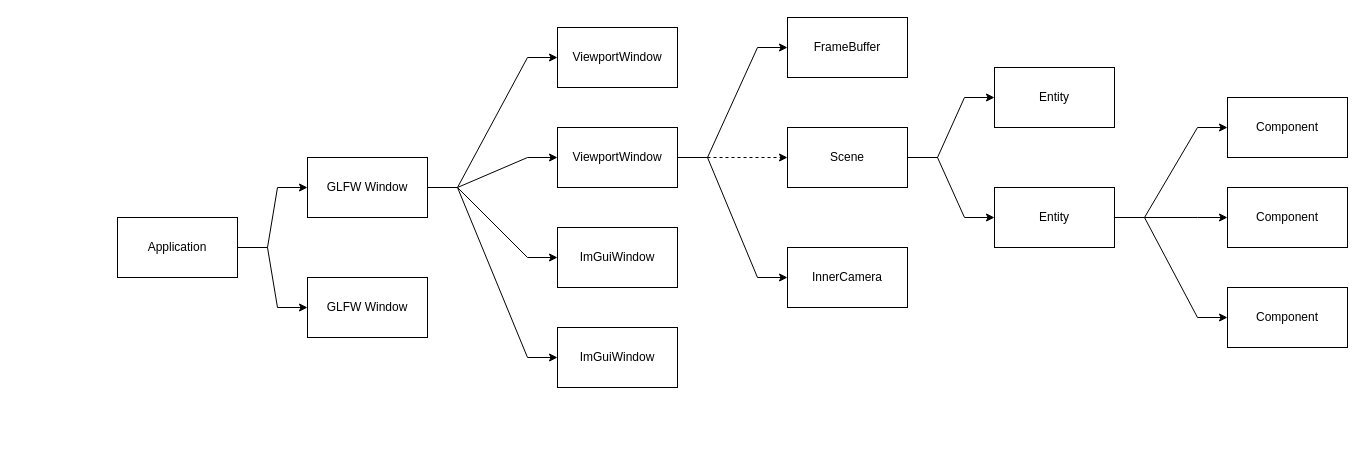
Before: page "hierarchy" (1 of 3) of structure.drawio in olleh-dlrow/Vortex, a draw.io diagram. Source tidied: cells renumbered, new cells numbered last; positions are measured from the earlier drawing's top-left corner, leaving out a move shared by most shapes. Both pictures are drawn from the tidied source at 100%, with x=0, y=0 at pixel (117, 17).
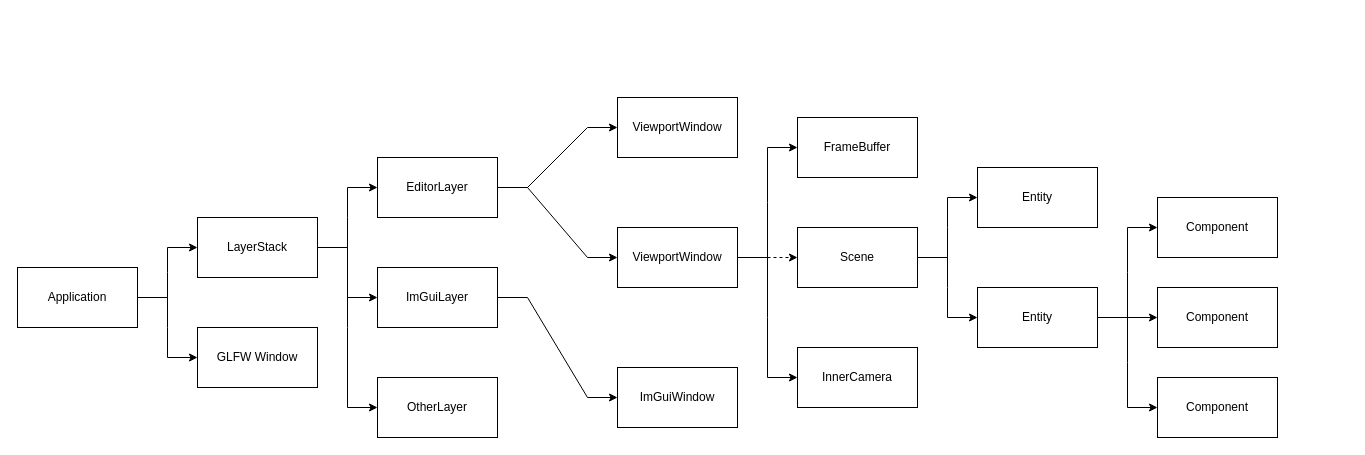
The same diagram, later.

What changed in the source:
```diff
@@
-    <mxCell id="3" style="edgeStyle=entityRelationEdgeStyle;rounded=0;jettySize=auto;html=1;exitX=1;exitY=0.5;exitDx=0;exitDy=0;entryX=0;entryY=0.5;entryDx=0;entryDy=0;" parent="1" edge="1" source="4" target="10">
+    <mxCell id="3" style="edgeStyle=entityRelationEdgeStyle;rounded=0;jettySize=auto;html=1;exitX=1;exitY=0.5;exitDx=0;exitDy=0;entryX=0;entryY=0.5;entryDx=0;entryDy=0;" parent="1" edge="1" source="4" target="33">
       <mxGeometry relative="1" as="geometry" />
     </mxCell>
+    <mxCell id="31" style="edgeStyle=entityRelationEdgeStyle;rounded=0;jettySize=auto;html=1;exitX=1;exitY=0.5;exitDx=0;exitDy=0;entryX=0;entryY=0.5;entryDx=0;entryDy=0;" parent="1" edge="1" source="4" target="34">
+      <mxGeometry relative="1" as="geometry" />
+    </mxCell>
-    <mxCell id="4" value="Application" style="rounded=0;whiteSpace=wrap;html=1;" parent="1" vertex="1">
-      <mxGeometry y="200" width="120" height="60" as="geometry" />
+    <mxCell id="4" value="LayerStack" style="rounded=0;whiteSpace=wrap;html=1;" parent="1" vertex="1">
+      <mxGeometry x="80" y="200" width="120" height="60" as="geometry" />
     </mxCell>
@@
-    <mxCell id="7" style="edgeStyle=entityRelationEdgeStyle;rounded=0;jettySize=auto;html=1;exitX=1;exitY=0.5;exitDx=0;exitDy=0;entryX=0;entryY=0.5;entryDx=0;entryDy=0;" parent="1" edge="1" source="9" target="16">
-      <mxGeometry relative="1" as="geometry" />
-    </mxCell>
-    <mxCell id="8" style="edgeStyle=entityRelationEdgeStyle;rounded=0;jettySize=auto;html=1;exitX=1;exitY=0.5;exitDx=0;exitDy=0;entryX=0;entryY=0.5;entryDx=0;entryDy=0;" parent="1" edge="1" source="9" target="17">
-      <mxGeometry relative="1" as="geometry" />
-    </mxCell>
-    <mxCell id="9" value="GLFW Window" style="rounded=0;whiteSpace=wrap;html=1;" parent="1" vertex="1">
-      <mxGeometry x="190" y="140" width="120" height="60" as="geometry" />
+    <mxCell id="9" value="EditorLayer" style="rounded=0;whiteSpace=wrap;html=1;" parent="1" vertex="1">
+      <mxGeometry x="260" y="140" width="120" height="60" as="geometry" />
     </mxCell>
     <mxCell id="10" value="&lt;span&gt;GLFW Window&lt;/span&gt;" style="rounded=0;whiteSpace=wrap;html=1;" parent="1" vertex="1">
-      <mxGeometry x="190" y="260" width="120" height="60" as="geometry" />
+      <mxGeometry x="80" y="310" width="120" height="60" as="geometry" />
     </mxCell>
     <mxCell id="11" value="ViewportWindow" style="rounded=0;whiteSpace=wrap;html=1;" parent="1" vertex="1">
-      <mxGeometry x="440" y="10" width="120" height="60" as="geometry" />
+      <mxGeometry x="500" y="80" width="120" height="60" as="geometry" />
     </mxCell>
@@
     <mxCell id="15" value="ViewportWindow" style="rounded=0;whiteSpace=wrap;html=1;" parent="1" vertex="1">
-      <mxGeometry x="440" y="110" width="120" height="60" as="geometry" />
+      <mxGeometry x="500" y="210" width="120" height="60" as="geometry" />
     </mxCell>
     <mxCell id="16" value="ImGuiWindow" style="rounded=0;whiteSpace=wrap;html=1;" parent="1" vertex="1">
-      <mxGeometry x="440" y="210" width="120" height="60" as="geometry" />
+      <mxGeometry x="500" y="350" width="120" height="60" as="geometry" />
     </mxCell>
-    <mxCell id="17" value="ImGuiWindow" style="rounded=0;whiteSpace=wrap;html=1;" parent="1" vertex="1">
-      <mxGeometry x="440" y="310" width="120" height="60" as="geometry" />
-    </mxCell>
     <mxCell id="18" value="Entity" style="rounded=0;whiteSpace=wrap;html=1;" parent="1" vertex="1">
-      <mxGeometry x="877" y="50" width="120" height="60" as="geometry" />
+      <mxGeometry x="860" y="150" width="120" height="60" as="geometry" />
     </mxCell>
@@
     <mxCell id="21" value="Scene" style="rounded=0;whiteSpace=wrap;html=1;" parent="1" vertex="1">
-      <mxGeometry x="670" y="110" width="120" height="60" as="geometry" />
+      <mxGeometry x="680" y="210" width="120" height="60" as="geometry" />
     </mxCell>
@@
     <mxCell id="25" value="Entity" style="rounded=0;whiteSpace=wrap;html=1;" parent="1" vertex="1">
-      <mxGeometry x="877" y="170" width="120" height="60" as="geometry" />
+      <mxGeometry x="860" y="270" width="120" height="60" as="geometry" />
     </mxCell>
     <mxCell id="26" value="Component" style="rounded=0;whiteSpace=wrap;html=1;" parent="1" vertex="1">
-      <mxGeometry x="1110" y="80" width="120" height="60" as="geometry" />
+      <mxGeometry x="1040" y="180" width="120" height="60" as="geometry" />
     </mxCell>
     <mxCell id="27" value="Component" style="rounded=0;whiteSpace=wrap;html=1;" parent="1" vertex="1">
-      <mxGeometry x="1110" y="170" width="120" height="60" as="geometry" />
+      <mxGeometry x="1040" y="270" width="120" height="60" as="geometry" />
     </mxCell>
     <mxCell id="28" value="Component" style="rounded=0;whiteSpace=wrap;html=1;" parent="1" vertex="1">
-      <mxGeometry x="1110" y="270" width="120" height="60" as="geometry" />
+      <mxGeometry x="1040" y="360" width="120" height="60" as="geometry" />
     </mxCell>
     <mxCell id="29" value="FrameBuffer" style="rounded=0;whiteSpace=wrap;html=1;" parent="1" vertex="1">
-      <mxGeometry x="670" width="120" height="60" as="geometry" />
+      <mxGeometry x="680" y="100" width="120" height="60" as="geometry" />
     </mxCell>
     <mxCell id="30" value="InnerCamera" style="rounded=0;whiteSpace=wrap;html=1;" parent="1" vertex="1">
-      <mxGeometry x="670" y="230" width="120" height="60" as="geometry" />
+      <mxGeometry x="680" y="330" width="120" height="60" as="geometry" />
     </mxCell>
+    <mxCell id="32" style="edgeStyle=entityRelationEdgeStyle;rounded=0;jettySize=auto;html=1;exitX=1;exitY=0.5;exitDx=0;exitDy=0;entryX=0;entryY=0.5;entryDx=0;entryDy=0;" parent="1" edge="1" source="33" target="16">
+      <mxGeometry relative="1" as="geometry" />
+    </mxCell>
+    <mxCell id="33" value="&lt;span&gt;ImGuiLayer&lt;/span&gt;" style="rounded=0;whiteSpace=wrap;html=1;" parent="1" vertex="1">
+      <mxGeometry x="260" y="250" width="120" height="60" as="geometry" />
+    </mxCell>
+    <mxCell id="34" value="&lt;span&gt;OtherLayer&lt;/span&gt;" style="rounded=0;whiteSpace=wrap;html=1;" parent="1" vertex="1">
+      <mxGeometry x="260" y="360" width="120" height="60" as="geometry" />
+    </mxCell>
+    <mxCell id="35" style="rounded=0;jettySize=auto;html=1;exitX=1;exitY=0.5;exitDx=0;exitDy=0;edgeStyle=entityRelationEdgeStyle;" parent="1" edge="1" source="37" target="4">
+      <mxGeometry relative="1" as="geometry" />
+    </mxCell>
+    <mxCell id="36" style="edgeStyle=entityRelationEdgeStyle;rounded=0;jettySize=auto;html=1;exitX=1;exitY=0.5;exitDx=0;exitDy=0;entryX=0;entryY=0.5;entryDx=0;entryDy=0;" parent="1" edge="1" source="37" target="10">
+      <mxGeometry relative="1" as="geometry" />
+    </mxCell>
+    <mxCell id="37" value="Application" style="rounded=0;whiteSpace=wrap;html=1;" parent="1" vertex="1">
+      <mxGeometry x="-100" y="250" width="120" height="60" as="geometry" />
+    </mxCell>
```
